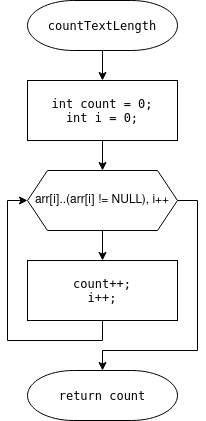
This is lab13/doc/assets/countTextLength.png from belchinskaya/Programming-Belchinska, a draw.io export, as it was before one commit. Source tidied: cells renumbered, new cells last; positions are measured from the earlier drawing's top-left corner, leaving out a move shared by most shapes. The source it was exported from:
```xml
<mxGraphModel>
  <root>
    <mxCell id="0" />
    <mxCell id="1" parent="0" />
    <mxCell id="2" style="edgeStyle=orthogonalEdgeStyle;rounded=0;jettySize=auto;html=1;exitX=0.5;exitY=1;exitDx=0;exitDy=0;exitPerimeter=0;entryX=0.5;entryY=0;entryDx=0;entryDy=0;" parent="1" edge="1" source="3" target="5">
      <mxGeometry relative="1" as="geometry" />
    </mxCell>
    <mxCell id="3" value="&lt;pre style=&quot;font-family: &amp;#34;jetbrains mono&amp;#34; , monospace&quot;&gt;&lt;span style=&quot;background-color: rgb(255 , 255 , 255)&quot;&gt;countTextLength&lt;/span&gt;&lt;/pre&gt;" style="strokeWidth=1;html=1;shape=mxgraph.flowchart.terminator;whiteSpace=wrap;" parent="1" vertex="1">
      <mxGeometry width="150" height="50" as="geometry" />
    </mxCell>
    <mxCell id="4" style="edgeStyle=orthogonalEdgeStyle;rounded=0;jettySize=auto;html=1;exitX=0.5;exitY=1;exitDx=0;exitDy=0;" parent="1" edge="1" source="5" target="10">
      <mxGeometry relative="1" as="geometry" />
    </mxCell>
    <mxCell id="5" value="&lt;pre style=&quot;font-family: &amp;#34;jetbrains mono&amp;#34; , monospace&quot;&gt;&lt;span style=&quot;background-color: rgb(255 , 255 , 255)&quot;&gt;int count = 0;&lt;br&gt;int i = 0;&lt;/span&gt;&lt;/pre&gt;" style="rounded=0;whiteSpace=wrap;html=1;strokeWidth=1;" parent="1" vertex="1">
      <mxGeometry y="80" width="150" height="60" as="geometry" />
    </mxCell>
    <mxCell id="6" style="edgeStyle=orthogonalEdgeStyle;rounded=0;jettySize=auto;html=1;exitX=0.5;exitY=1;exitDx=0;exitDy=0;entryX=0;entryY=0.5;entryDx=0;entryDy=0;" parent="1" edge="1" source="7" target="10">
      <mxGeometry relative="1" as="geometry" />
    </mxCell>
    <mxCell id="7" value="&lt;pre style=&quot;font-family: &amp;#34;jetbrains mono&amp;#34; , monospace&quot;&gt;&lt;span style=&quot;background-color: rgb(255 , 255 , 255)&quot;&gt;count++;&lt;br&gt;i++;&lt;/span&gt;&lt;/pre&gt;" style="rounded=0;whiteSpace=wrap;html=1;strokeWidth=1;" parent="1" vertex="1">
      <mxGeometry y="260" width="150" height="60" as="geometry" />
    </mxCell>
    <mxCell id="8" style="edgeStyle=orthogonalEdgeStyle;rounded=0;jettySize=auto;html=1;exitX=0.5;exitY=1;exitDx=0;exitDy=0;" parent="1" edge="1" source="10" target="7">
      <mxGeometry relative="1" as="geometry" />
    </mxCell>
    <mxCell id="9" style="edgeStyle=orthogonalEdgeStyle;rounded=0;jettySize=auto;html=1;exitX=1;exitY=0.5;exitDx=0;exitDy=0;" parent="1" edge="1" source="10" target="11">
      <mxGeometry relative="1" as="geometry">
        <Array as="points">
          <mxPoint x="170" y="200" />
          <mxPoint x="170" y="350" />
          <mxPoint x="75" y="350" />
        </Array>
      </mxGeometry>
    </mxCell>
    <mxCell id="10" value="arr[i]..(arr[i] != NULL), i++" style="shape=hexagon;perimeter=hexagonPerimeter2;whiteSpace=wrap;html=1;fixedSize=1;strokeWidth=1;" parent="1" vertex="1">
      <mxGeometry y="170" width="150" height="60" as="geometry" />
    </mxCell>
    <mxCell id="11" value="&lt;pre style=&quot;font-family: &amp;#34;jetbrains mono&amp;#34; , monospace&quot;&gt;&lt;span style=&quot;background-color: rgb(255 , 255 , 255)&quot;&gt;return count&lt;/span&gt;&lt;/pre&gt;" style="strokeWidth=1;html=1;shape=mxgraph.flowchart.terminator;whiteSpace=wrap;" parent="1" vertex="1">
      <mxGeometry y="370" width="150" height="50" as="geometry" />
    </mxCell>
  </root>
</mxGraphModel>
```
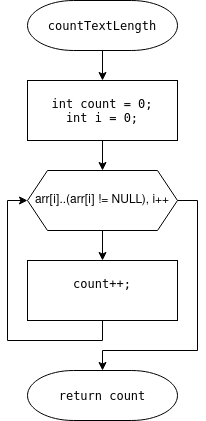
Above is the later version.

Diff of the diagram source:
```diff
@@ -17,7 +17,7 @@
     <mxCell id="6" style="edgeStyle=orthogonalEdgeStyle;rounded=0;jettySize=auto;html=1;exitX=0.5;exitY=1;exitDx=0;exitDy=0;entryX=0;entryY=0.5;entryDx=0;entryDy=0;" parent="1" edge="1" source="7" target="10">
       <mxGeometry relative="1" as="geometry" />
     </mxCell>
-    <mxCell id="7" value="&lt;pre style=&quot;font-family: &amp;#34;jetbrains mono&amp;#34; , monospace&quot;&gt;&lt;span style=&quot;background-color: rgb(255 , 255 , 255)&quot;&gt;count++;&lt;br&gt;i++;&lt;/span&gt;&lt;/pre&gt;" style="rounded=0;whiteSpace=wrap;html=1;strokeWidth=1;" parent="1" vertex="1">
+    <mxCell id="7" value="&lt;pre style=&quot;font-family: &amp;#34;jetbrains mono&amp;#34; , monospace&quot;&gt;&lt;span style=&quot;background-color: rgb(255 , 255 , 255)&quot;&gt;count++;&lt;br&gt;&lt;br&gt;&lt;/span&gt;&lt;/pre&gt;" style="rounded=0;whiteSpace=wrap;html=1;strokeWidth=1;" parent="1" vertex="1">
       <mxGeometry y="260" width="150" height="60" as="geometry" />
     </mxCell>
     <mxCell id="8" style="edgeStyle=orthogonalEdgeStyle;rounded=0;jettySize=auto;html=1;exitX=0.5;exitY=1;exitDx=0;exitDy=0;" parent="1" edge="1" source="10" target="7">
```
